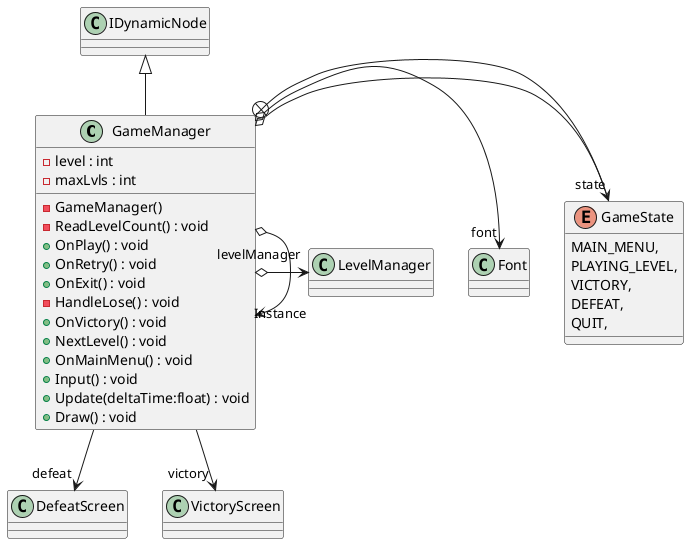
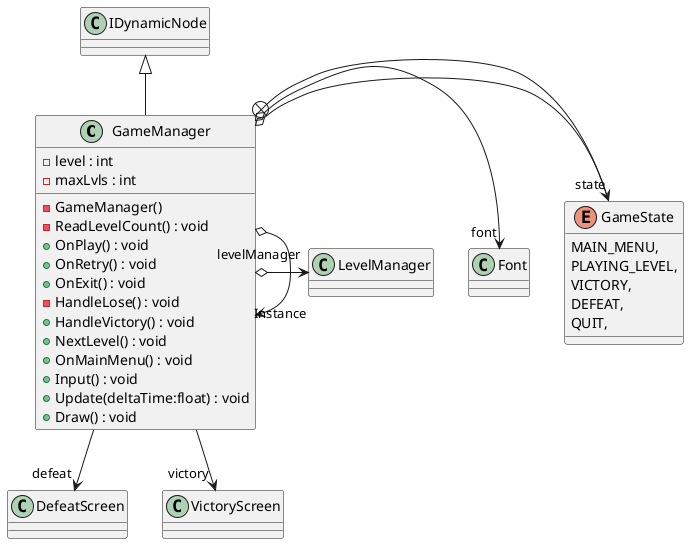
@startuml
class GameManager {
    - level : int
    - maxLvls : int
    - GameManager()
    - ReadLevelCount() : void
    + OnPlay() : void
    + OnRetry() : void
    + OnExit() : void
    - HandleLose() : void
-     + OnVictory() : void
+     + HandleVictory() : void
    + NextLevel() : void
    + OnMainMenu() : void
    + Input() : void
    + Update(deltaTime:float) : void
    + Draw() : void
}
enum GameState {
    MAIN_MENU,
    PLAYING_LEVEL,
    VICTORY,
    DEFEAT,
    QUIT,
}
IDynamicNode <|-- GameManager
GameManager o-> "state" GameState
GameManager o-> "Instance" GameManager
GameManager o-> "font" Font
GameManager o-> "levelManager" LevelManager
GameManager --> "defeat" DefeatScreen
GameManager --> "victory" VictoryScreen
GameManager +-- GameState
@enduml
